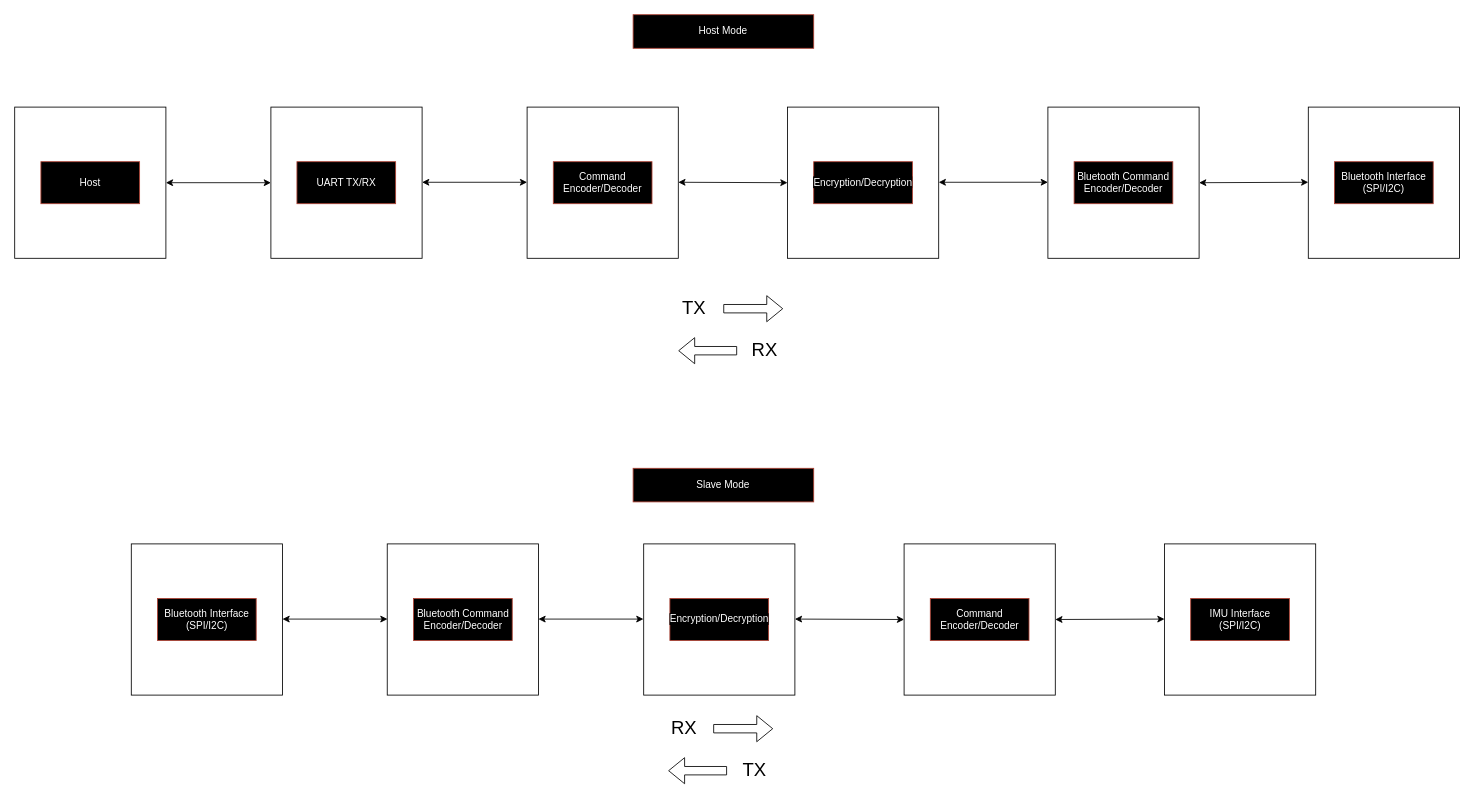
nmecham27/WIC keeps this draw.io diagram as Proposal_block_diagram.drawio. Above is the earlier version. Source tidied: cells renumbered, new cells numbered last; positions are measured from the earlier drawing's top-left corner, leaving out a move shared by most shapes. Both pictures are drawn from the tidied source at 84%, with x=0, y=0 at pixel (14, 14).
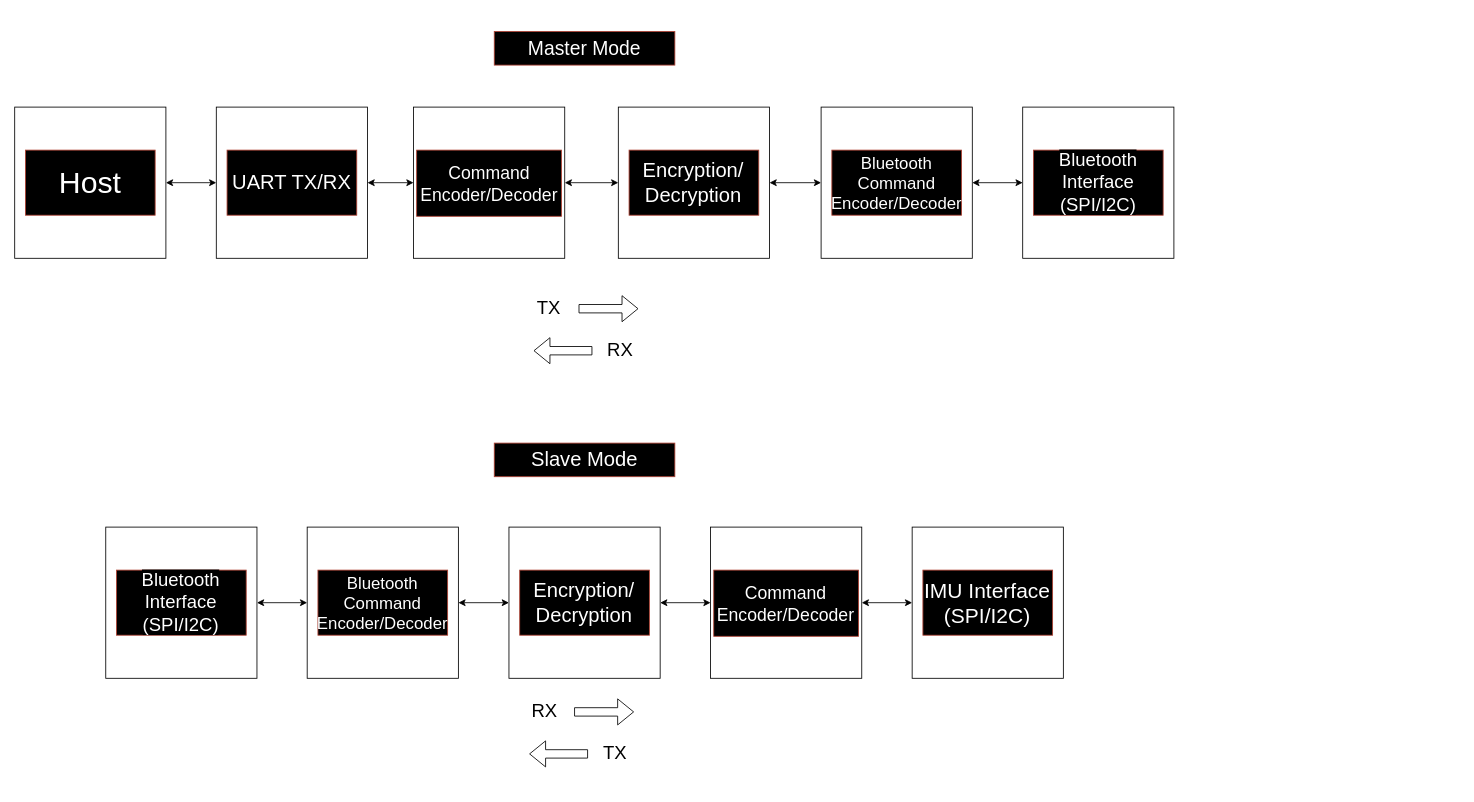
After the change.

Commit message:
Updated the block diagram some more (#2)

Change to the diagram source:
```diff
@@
     <mxCell id="3" style="whiteSpace=wrap;html=1;" parent="1" vertex="1">
-      <mxGeometry x="920" y="110" width="180" height="180" as="geometry" />
+      <mxGeometry x="718.6" y="110" width="180" height="180" as="geometry" />
     </mxCell>
     <mxCell id="4" style="whiteSpace=wrap;html=1;" parent="1" vertex="1">
-      <mxGeometry x="305" y="110" width="180" height="180" as="geometry" />
+      <mxGeometry x="240" y="110" width="180" height="180" as="geometry" />
     </mxCell>
     <mxCell id="5" style="whiteSpace=wrap;html=1;" parent="1" vertex="1">
-      <mxGeometry x="610" y="110" width="180" height="180" as="geometry" />
+      <mxGeometry x="474.8" y="110" width="180" height="180" as="geometry" />
     </mxCell>
-    <mxCell id="6" style="whiteSpace=wrap;html=1;" parent="1" vertex="1">
-      <mxGeometry x="138.8" y="630" width="180" height="180" as="geometry" />
-    </mxCell>
     <mxCell id="7" style="whiteSpace=wrap;html=1;" parent="1" vertex="1">
-      <mxGeometry x="1540" y="110" width="180" height="180" as="geometry" />
+      <mxGeometry x="1200" y="110" width="180" height="180" as="geometry" />
     </mxCell>
     <mxCell id="8" style="whiteSpace=wrap;html=1;" parent="1" vertex="1">
-      <mxGeometry x="1230" y="110" width="180" height="180" as="geometry" />
+      <mxGeometry x="960" y="110" width="180" height="180" as="geometry" />
     </mxCell>
@@
-    <mxCell id="10" value="&lt;font style=&quot;background-color: rgb(0, 0, 0);&quot; color=&quot;#ffffff&quot;&gt;Host Mode&lt;/font&gt;" style="text;align=center;html=1;verticalAlign=middle;whiteSpace=wrap;rounded=0;fillColor=#000000;strokeColor=#ae4132;" parent="1" vertex="1">
-      <mxGeometry x="736.2" width="215" height="40" as="geometry" />
+    <mxCell id="10" value="&lt;font style=&quot;background-color: rgb(0, 0, 0); font-size: 23px;&quot; color=&quot;#ffffff&quot;&gt;Master Mode&lt;/font&gt;" style="text;align=center;html=1;verticalAlign=middle;whiteSpace=wrap;rounded=0;fillColor=#000000;strokeColor=#ae4132;" parent="1" vertex="1">
+      <mxGeometry x="570.9" y="20" width="215" height="40" as="geometry" />
     </mxCell>
-    <mxCell id="11" value="&lt;font style=&quot;background-color: rgb(0, 0, 0);&quot; color=&quot;#ffffff&quot;&gt;Host&lt;/font&gt;" style="text;align=center;html=1;verticalAlign=middle;whiteSpace=wrap;rounded=0;fillColor=#000000;strokeColor=#ae4132;" parent="1" vertex="1">
-      <mxGeometry x="31.2" y="175" width="117.5" height="50" as="geometry" />
+    <mxCell id="11" value="&lt;font style=&quot;background-color: rgb(0, 0, 0); font-size: 36px;&quot; color=&quot;#ffffff&quot;&gt;Host&lt;/font&gt;" style="text;align=center;html=1;verticalAlign=middle;whiteSpace=wrap;rounded=0;fillColor=#000000;strokeColor=#ae4132;fontSize=36;" parent="1" vertex="1">
+      <mxGeometry x="12.8" y="161.2" width="154.4" height="77.5" as="geometry" />
     </mxCell>
-    <mxCell id="12" value="&lt;font style=&quot;background-color: rgb(0, 0, 0);&quot; color=&quot;#ffffff&quot;&gt;Command Encoder/Decoder&lt;/font&gt;" style="text;align=center;html=1;verticalAlign=middle;whiteSpace=wrap;rounded=0;fillColor=#000000;strokeColor=#ae4132;" parent="1" vertex="1">
-      <mxGeometry x="641.2" y="175" width="117.5" height="50" as="geometry" />
+    <mxCell id="12" value="&lt;font style=&quot;background-color: rgb(0, 0, 0); font-size: 21px;&quot; color=&quot;#ffffff&quot;&gt;Command Encoder/Decoder&lt;/font&gt;" style="text;align=center;html=1;verticalAlign=middle;whiteSpace=wrap;rounded=0;fillColor=#000000;strokeColor=#ae4132;" parent="1" vertex="1">
+      <mxGeometry x="478.5" y="161.2" width="172.4" height="78.8" as="geometry" />
     </mxCell>
-    <mxCell id="13" value="&lt;font style=&quot;background-color: rgb(0, 0, 0);&quot; color=&quot;#ffffff&quot;&gt;UART TX/RX&lt;/font&gt;" style="text;align=center;html=1;verticalAlign=middle;whiteSpace=wrap;rounded=0;fillColor=#000000;strokeColor=#ae4132;" parent="1" vertex="1">
-      <mxGeometry x="336" y="175" width="117.5" height="50" as="geometry" />
+    <mxCell id="13" value="&lt;font style=&quot;background-color: rgb(0, 0, 0); font-size: 24px;&quot; color=&quot;#ffffff&quot;&gt;UART TX/RX&lt;/font&gt;" style="text;align=center;html=1;verticalAlign=middle;whiteSpace=wrap;rounded=0;fillColor=#000000;strokeColor=#ae4132;" parent="1" vertex="1">
+      <mxGeometry x="252.8" y="161.2" width="154.4" height="77.5" as="geometry" />
     </mxCell>
-    <mxCell id="14" style="endArrow=classic;startArrow=classic;html=1;rounded=0;exitX=1;exitY=0.5;exitDx=0;exitDy=0;entryX=0;entryY=0.5;entryDx=0;entryDy=0;" parent="1" edge="1">
-      <mxGeometry relative="1" as="geometry">
-        <mxPoint x="485" y="199.5" as="sourcePoint" />
-        <mxPoint x="610" y="199.5" as="targetPoint" />
-      </mxGeometry>
-    </mxCell>
-    <mxCell id="15" style="endArrow=classic;startArrow=classic;html=1;rounded=0;exitX=1;exitY=0.5;exitDx=0;exitDy=0;entryX=0;entryY=0.5;entryDx=0;entryDy=0;" parent="1" edge="1" target="3">
-      <mxGeometry relative="1" as="geometry">
-        <mxPoint x="790" y="199.5" as="sourcePoint" />
-      </mxGeometry>
-    </mxCell>
-    <mxCell id="16" value="&lt;font style=&quot;background-color: rgb(0, 0, 0);&quot; color=&quot;#ffffff&quot;&gt;Encryption/Decryption&lt;br&gt;&lt;/font&gt;" style="text;align=center;html=1;verticalAlign=middle;whiteSpace=wrap;rounded=0;fillColor=#000000;strokeColor=#ae4132;" parent="1" vertex="1">
-      <mxGeometry x="951.2" y="175" width="117.5" height="50" as="geometry" />
+    <mxCell id="16" value="&lt;font style=&quot;background-color: rgb(0, 0, 0); font-size: 24px;&quot; color=&quot;#ffffff&quot;&gt;&lt;font style=&quot;font-size: 24px;&quot;&gt;Encryption/&lt;br&gt;Decryption&lt;/font&gt;&lt;br&gt;&lt;/font&gt;" style="text;align=center;html=1;verticalAlign=middle;whiteSpace=wrap;rounded=0;fillColor=#000000;strokeColor=#ae4132;" parent="1" vertex="1">
+      <mxGeometry x="731.4" y="161.2" width="154.4" height="77.5" as="geometry" />
     </mxCell>
-    <mxCell id="17" value="&lt;font color=&quot;#ffffff&quot;&gt;Bluetooth Command Encoder/Decoder&lt;/font&gt;" style="text;align=center;html=1;verticalAlign=middle;whiteSpace=wrap;rounded=0;fillColor=#000000;strokeColor=#ae4132;" parent="1" vertex="1">
-      <mxGeometry x="1261.2" y="175" width="117.5" height="50" as="geometry" />
+    <mxCell id="17" value="&lt;font style=&quot;font-size: 20px;&quot; color=&quot;#ffffff&quot;&gt;Bluetooth Command Encoder/Decoder&lt;/font&gt;" style="text;align=center;html=1;verticalAlign=middle;whiteSpace=wrap;rounded=0;fillColor=#000000;strokeColor=#ae4132;" parent="1" vertex="1">
+      <mxGeometry x="972.8" y="161.2" width="154.4" height="77.5" as="geometry" />
     </mxCell>
-    <mxCell id="18" style="endArrow=classic;startArrow=classic;html=1;rounded=0;exitX=1;exitY=0.5;exitDx=0;exitDy=0;entryX=0;entryY=0.497;entryDx=0;entryDy=0;entryPerimeter=0;" parent="1" edge="1" target="8">
-      <mxGeometry relative="1" as="geometry">
-        <mxPoint x="1100" y="199.5" as="sourcePoint" />
-      </mxGeometry>
-    </mxCell>
-    <mxCell id="19" value="&lt;font style=&quot;background-color: rgb(0, 0, 0);&quot; color=&quot;#ffffff&quot;&gt;Bluetooth Interface (SPI/I2C)&lt;/font&gt;" style="text;align=center;html=1;verticalAlign=middle;whiteSpace=wrap;rounded=0;fillColor=#000000;strokeColor=#ae4132;" parent="1" vertex="1">
-      <mxGeometry x="1571.2" y="175" width="117.5" height="50" as="geometry" />
+    <mxCell id="19" value="&lt;font style=&quot;background-color: rgb(0, 0, 0); font-size: 22px;&quot; color=&quot;#ffffff&quot;&gt;Bluetooth Interface (SPI/I2C)&lt;/font&gt;" style="text;align=center;html=1;verticalAlign=middle;whiteSpace=wrap;rounded=0;fillColor=#000000;strokeColor=#ae4132;" parent="1" vertex="1">
+      <mxGeometry x="1212.8" y="161.2" width="154.4" height="77.5" as="geometry" />
     </mxCell>
-    <mxCell id="20" value="&lt;font style=&quot;background-color: rgb(0, 0, 0);&quot; color=&quot;#ffffff&quot;&gt;Bluetooth Interface (SPI/I2C)&lt;/font&gt;" style="text;align=center;html=1;verticalAlign=middle;whiteSpace=wrap;rounded=0;fillColor=#000000;strokeColor=#ae4132;" parent="1" vertex="1">
-      <mxGeometry x="170" y="695" width="117.5" height="50" as="geometry" />
-    </mxCell>
-    <mxCell id="21" style="endArrow=classic;startArrow=classic;html=1;rounded=0;exitX=1;exitY=0.5;exitDx=0;exitDy=0;entryX=0;entryY=0.497;entryDx=0;entryDy=0;entryPerimeter=0;" parent="1" edge="1">
-      <mxGeometry relative="1" as="geometry">
-        <mxPoint x="1410" y="200" as="sourcePoint" />
-        <mxPoint x="1540" y="199.5" as="targetPoint" />
-      </mxGeometry>
-    </mxCell>
-    <mxCell id="22" value="&lt;font style=&quot;background-color: rgb(0, 0, 0);&quot; color=&quot;#ffffff&quot;&gt;Slave Mode&lt;/font&gt;" style="text;align=center;html=1;verticalAlign=middle;whiteSpace=wrap;rounded=0;fillColor=#000000;strokeColor=#ae4132;" parent="1" vertex="1">
-      <mxGeometry x="736.2" y="540" width="215" height="40" as="geometry" />
+    <mxCell id="22" value="&lt;font style=&quot;background-color: rgb(0, 0, 0); font-size: 24px;&quot; color=&quot;#ffffff&quot;&gt;Slave Mode&lt;/font&gt;" style="text;align=center;html=1;verticalAlign=middle;whiteSpace=wrap;rounded=0;fillColor=#000000;strokeColor=#ae4132;" parent="1" vertex="1">
+      <mxGeometry x="570.9" y="510" width="215" height="40" as="geometry" />
     </mxCell>
-    <mxCell id="23" style="whiteSpace=wrap;html=1;" parent="1" vertex="1">
-      <mxGeometry x="443.5" y="630" width="180" height="180" as="geometry" />
-    </mxCell>
-    <mxCell id="24" style="whiteSpace=wrap;html=1;" parent="1" vertex="1">
-      <mxGeometry x="1058.8" y="630" width="180" height="180" as="geometry" />
-    </mxCell>
     <mxCell id="25" style="whiteSpace=wrap;html=1;" parent="1" vertex="1">
-      <mxGeometry x="1368.8" y="630" width="180" height="180" as="geometry" />
+      <mxGeometry x="1068.4" y="610" width="180" height="180" as="geometry" />
     </mxCell>
-    <mxCell id="26" style="whiteSpace=wrap;html=1;" parent="1" vertex="1">
-      <mxGeometry x="748.8" y="630" width="180" height="180" as="geometry" />
-    </mxCell>
-    <mxCell id="27" style="endArrow=classic;startArrow=classic;html=1;rounded=0;exitX=1;exitY=0.5;exitDx=0;exitDy=0;entryX=0;entryY=0.5;entryDx=0;entryDy=0;" parent="1" edge="1">
-      <mxGeometry relative="1" as="geometry">
-        <mxPoint x="318.8" y="719.5" as="sourcePoint" />
-        <mxPoint x="443.8" y="719.5" as="targetPoint" />
-      </mxGeometry>
-    </mxCell>
-    <mxCell id="28" value="&lt;font style=&quot;background-color: rgb(0, 0, 0);&quot; color=&quot;#ffffff&quot;&gt;IMU Interface (SPI/I2C)&lt;/font&gt;" style="text;align=center;html=1;verticalAlign=middle;whiteSpace=wrap;rounded=0;fillColor=#000000;strokeColor=#ae4132;" parent="1" vertex="1">
-      <mxGeometry x="1400" y="695" width="117.5" height="50" as="geometry" />
+    <mxCell id="28" value="&lt;font style=&quot;background-color: rgb(0, 0, 0); font-size: 25px;&quot; color=&quot;#ffffff&quot;&gt;IMU Interface (SPI/I2C)&lt;/font&gt;" style="text;align=center;html=1;verticalAlign=middle;whiteSpace=wrap;rounded=0;fillColor=#000000;strokeColor=#ae4132;" parent="1" vertex="1">
+      <mxGeometry x="1081.2" y="661.2" width="154.4" height="77.5" as="geometry" />
     </mxCell>
-    <mxCell id="29" value="&lt;font color=&quot;#ffffff&quot;&gt;&lt;span style=&quot;background-color: rgb(0, 0, 0);&quot;&gt;Bluetooth Command Encoder/Decoder&lt;/span&gt;&lt;/font&gt;" style="text;align=center;html=1;verticalAlign=middle;whiteSpace=wrap;rounded=0;fillColor=#000000;strokeColor=#ae4132;" parent="1" vertex="1">
-      <mxGeometry x="474.8" y="695" width="117.5" height="50" as="geometry" />
-    </mxCell>
-    <mxCell id="30" value="&lt;font style=&quot;background-color: rgb(0, 0, 0);&quot; color=&quot;#ffffff&quot;&gt;Encryption/Decryption&lt;/font&gt;" style="text;align=center;html=1;verticalAlign=middle;whiteSpace=wrap;rounded=0;fillColor=#000000;strokeColor=#ae4132;" parent="1" vertex="1">
-      <mxGeometry x="780" y="695" width="117.5" height="50" as="geometry" />
-    </mxCell>
-    <mxCell id="31" value="&lt;font style=&quot;background-color: rgb(0, 0, 0);&quot; color=&quot;#ffffff&quot;&gt;Command Encoder/Decoder&lt;/font&gt;" style="text;align=center;html=1;verticalAlign=middle;whiteSpace=wrap;rounded=0;fillColor=#000000;strokeColor=#ae4132;" parent="1" vertex="1">
-      <mxGeometry x="1090" y="695" width="117.5" height="50" as="geometry" />
-    </mxCell>
-    <mxCell id="32" style="endArrow=classic;startArrow=classic;html=1;rounded=0;exitX=1;exitY=0.5;exitDx=0;exitDy=0;entryX=0;entryY=0.5;entryDx=0;entryDy=0;" parent="1" edge="1">
-      <mxGeometry relative="1" as="geometry">
-        <mxPoint x="623.5" y="719.5" as="sourcePoint" />
-        <mxPoint x="748.5" y="719.5" as="targetPoint" />
-      </mxGeometry>
-    </mxCell>
-    <mxCell id="33" style="endArrow=classic;startArrow=classic;html=1;rounded=0;exitX=1;exitY=0.5;exitDx=0;exitDy=0;entryX=0;entryY=0.5;entryDx=0;entryDy=0;" parent="1" edge="1">
-      <mxGeometry relative="1" as="geometry">
-        <mxPoint x="928.8" y="719.5" as="sourcePoint" />
-        <mxPoint x="1058.8" y="720" as="targetPoint" />
-      </mxGeometry>
-    </mxCell>
-    <mxCell id="34" style="endArrow=classic;startArrow=classic;html=1;rounded=0;exitX=1;exitY=0.5;exitDx=0;exitDy=0;entryX=0;entryY=0.497;entryDx=0;entryDy=0;entryPerimeter=0;" parent="1" edge="1">
-      <mxGeometry relative="1" as="geometry">
-        <mxPoint x="1238.8" y="720" as="sourcePoint" />
-        <mxPoint x="1368.8" y="719.5" as="targetPoint" />
-      </mxGeometry>
-    </mxCell>
     <mxCell id="35" value="TX" style="text;strokeColor=none;align=center;fillColor=none;html=1;verticalAlign=middle;whiteSpace=wrap;rounded=0;fontSize=22;" parent="1" vertex="1">
-      <mxGeometry x="772.7" y="330" width="71.9" height="40" as="geometry" />
+      <mxGeometry x="600.4" y="330" width="71.9" height="40" as="geometry" />
     </mxCell>
     <mxCell id="36" style="shape=flexArrow;endArrow=classic;html=1;rounded=0;" parent="1" edge="1">
       <mxGeometry relative="1" as="geometry">
-        <mxPoint x="843.6" y="350" as="sourcePoint" />
-        <mxPoint x="914.8" y="350" as="targetPoint" />
+        <mxPoint x="671.3" y="350" as="sourcePoint" />
+        <mxPoint x="742.5" y="350" as="targetPoint" />
       </mxGeometry>
     </mxCell>
     <mxCell id="37" value="RX" style="text;strokeColor=none;align=center;fillColor=none;html=1;verticalAlign=middle;whiteSpace=wrap;rounded=0;fontSize=22;" parent="1" vertex="1">
-      <mxGeometry x="856.9" y="380" width="71.9" height="40" as="geometry" />
+      <mxGeometry x="684.6" y="380" width="71.9" height="40" as="geometry" />
     </mxCell>
     <mxCell id="38" style="shape=flexArrow;endArrow=classic;html=1;rounded=0;" parent="1" edge="1">
       <mxGeometry relative="1" as="geometry">
-        <mxPoint x="860" y="400" as="sourcePoint" />
-        <mxPoint x="790" y="400" as="targetPoint" />
+        <mxPoint x="687.7" y="400" as="sourcePoint" />
+        <mxPoint x="617.7" y="400" as="targetPoint" />
       </mxGeometry>
     </mxCell>
     <mxCell id="39" value="RX" style="text;strokeColor=none;align=center;fillColor=none;html=1;verticalAlign=middle;whiteSpace=wrap;rounded=0;fontSize=22;" parent="1" vertex="1">
-      <mxGeometry x="760.7" y="830" width="71.9" height="40" as="geometry" />
+      <mxGeometry x="595.1" y="810" width="71.9" height="40" as="geometry" />
     </mxCell>
     <mxCell id="40" style="shape=flexArrow;endArrow=classic;html=1;rounded=0;" parent="1" edge="1">
       <mxGeometry relative="1" as="geometry">
-        <mxPoint x="831.6" y="850" as="sourcePoint" />
-        <mxPoint x="902.9" y="850" as="targetPoint" />
+        <mxPoint x="666" y="830" as="sourcePoint" />
+        <mxPoint x="737.3" y="830" as="targetPoint" />
       </mxGeometry>
     </mxCell>
     <mxCell id="41" value="TX" style="text;strokeColor=none;align=center;fillColor=none;html=1;verticalAlign=middle;whiteSpace=wrap;rounded=0;fontSize=22;" parent="1" vertex="1">
-      <mxGeometry x="844.9" y="880" width="71.9" height="40" as="geometry" />
+      <mxGeometry x="679.3" y="860" width="71.9" height="40" as="geometry" />
     </mxCell>
     <mxCell id="42" style="shape=flexArrow;endArrow=classic;html=1;rounded=0;" parent="1" edge="1">
       <mxGeometry relative="1" as="geometry">
-        <mxPoint x="848" y="900" as="sourcePoint" />
-        <mxPoint x="778" y="900" as="targetPoint" />
+        <mxPoint x="682.5" y="880" as="sourcePoint" />
+        <mxPoint x="612.5" y="880" as="targetPoint" />
       </mxGeometry>
     </mxCell>
+    <mxCell id="43" style="endArrow=classic;startArrow=classic;html=1;rounded=0;entryX=0;entryY=0.5;entryDx=0;entryDy=0;exitX=1;exitY=0.5;exitDx=0;exitDy=0;" parent="1" edge="1" source="4" target="5">
+      <mxGeometry relative="1" as="geometry" />
+    </mxCell>
+    <mxCell id="44" style="endArrow=classic;startArrow=classic;html=1;rounded=0;entryX=0;entryY=0.5;entryDx=0;entryDy=0;exitX=1;exitY=0.5;exitDx=0;exitDy=0;" parent="1" edge="1" source="5" target="3">
+      <mxGeometry relative="1" as="geometry" />
+    </mxCell>
+    <mxCell id="45" style="endArrow=classic;startArrow=classic;html=1;rounded=0;exitX=1;exitY=0.5;exitDx=0;exitDy=0;entryX=0;entryY=0.5;entryDx=0;entryDy=0;" parent="1" edge="1" source="8" target="7">
+      <mxGeometry relative="1" as="geometry" />
+    </mxCell>
+    <mxCell id="46" style="endArrow=classic;startArrow=classic;html=1;rounded=0;exitX=1;exitY=0.5;exitDx=0;exitDy=0;entryX=0;entryY=0.5;entryDx=0;entryDy=0;" parent="1" edge="1" source="3" target="8">
+      <mxGeometry relative="1" as="geometry" />
+    </mxCell>
+    <mxCell id="47" style="endArrow=classic;startArrow=classic;html=1;rounded=0;exitX=1;exitY=0.5;exitDx=0;exitDy=0;entryX=0;entryY=0.5;entryDx=0;entryDy=0;" parent="1" edge="1" source="55" target="25">
+      <mxGeometry relative="1" as="geometry" />
+    </mxCell>
+    <mxCell id="48" style="endArrow=classic;startArrow=classic;html=1;rounded=0;exitX=1;exitY=0.5;exitDx=0;exitDy=0;entryX=0;entryY=0.5;entryDx=0;entryDy=0;" parent="1" edge="1" source="53" target="55">
+      <mxGeometry relative="1" as="geometry" />
+    </mxCell>
+    <mxCell id="49" style="endArrow=classic;startArrow=classic;html=1;rounded=0;exitX=1;exitY=0.5;exitDx=0;exitDy=0;entryX=0;entryY=0.5;entryDx=0;entryDy=0;" parent="1" edge="1" source="52" target="53">
+      <mxGeometry relative="1" as="geometry" />
+    </mxCell>
+    <mxCell id="50" style="endArrow=classic;startArrow=classic;html=1;rounded=0;exitX=1;exitY=0.5;exitDx=0;exitDy=0;entryX=0;entryY=0.5;entryDx=0;entryDy=0;" parent="1" edge="1" source="51" target="52">
+      <mxGeometry relative="1" as="geometry" />
+    </mxCell>
+    <mxCell id="51" style="whiteSpace=wrap;html=1;" parent="1" vertex="1">
+      <mxGeometry x="108.4" y="610" width="180" height="180" as="geometry" />
+    </mxCell>
+    <mxCell id="20" value="&lt;font style=&quot;background-color: rgb(0, 0, 0); font-size: 22px;&quot; color=&quot;#ffffff&quot;&gt;Bluetooth Interface (SPI/I2C)&lt;/font&gt;" style="text;align=center;html=1;verticalAlign=middle;whiteSpace=wrap;rounded=0;fillColor=#000000;strokeColor=#ae4132;" parent="1" vertex="1">
+      <mxGeometry x="121.2" y="661.2" width="154.4" height="77.5" as="geometry" />
+    </mxCell>
+    <mxCell id="52" style="whiteSpace=wrap;html=1;" parent="1" vertex="1">
+      <mxGeometry x="348.2" y="610" width="180" height="180" as="geometry" />
+    </mxCell>
+    <mxCell id="29" value="&lt;font style=&quot;font-size: 20px;&quot; color=&quot;#ffffff&quot;&gt;Bluetooth Command Encoder/Decoder&lt;/font&gt;" style="text;align=center;html=1;verticalAlign=middle;whiteSpace=wrap;rounded=0;fillColor=#000000;strokeColor=#ae4132;" parent="1" vertex="1">
+      <mxGeometry x="361" y="661.2" width="154.4" height="77.5" as="geometry" />
+    </mxCell>
+    <mxCell id="53" style="whiteSpace=wrap;html=1;" parent="1" vertex="1">
+      <mxGeometry x="588.4" y="610" width="180" height="180" as="geometry" />
+    </mxCell>
+    <mxCell id="54" value="&lt;font style=&quot;background-color: rgb(0, 0, 0); font-size: 24px;&quot; color=&quot;#ffffff&quot;&gt;&lt;font style=&quot;font-size: 24px;&quot;&gt;Encryption/&lt;br&gt;Decryption&lt;/font&gt;&lt;br&gt;&lt;/font&gt;" style="text;align=center;html=1;verticalAlign=middle;whiteSpace=wrap;rounded=0;fillColor=#000000;strokeColor=#ae4132;" parent="1" vertex="1">
+      <mxGeometry x="601.2" y="661.2" width="154.4" height="77.5" as="geometry" />
+    </mxCell>
+    <mxCell id="55" style="whiteSpace=wrap;html=1;" parent="1" vertex="1">
+      <mxGeometry x="828.4" y="610" width="180" height="180" as="geometry" />
+    </mxCell>
+    <mxCell id="31" value="&lt;font style=&quot;background-color: rgb(0, 0, 0); font-size: 21px;&quot; color=&quot;#ffffff&quot;&gt;Command Encoder/Decoder&lt;/font&gt;" style="text;align=center;html=1;verticalAlign=middle;whiteSpace=wrap;rounded=0;fillColor=#000000;strokeColor=#ae4132;" parent="1" vertex="1">
+      <mxGeometry x="832.2" y="661.2" width="172.4" height="78.8" as="geometry" />
+    </mxCell>
```
